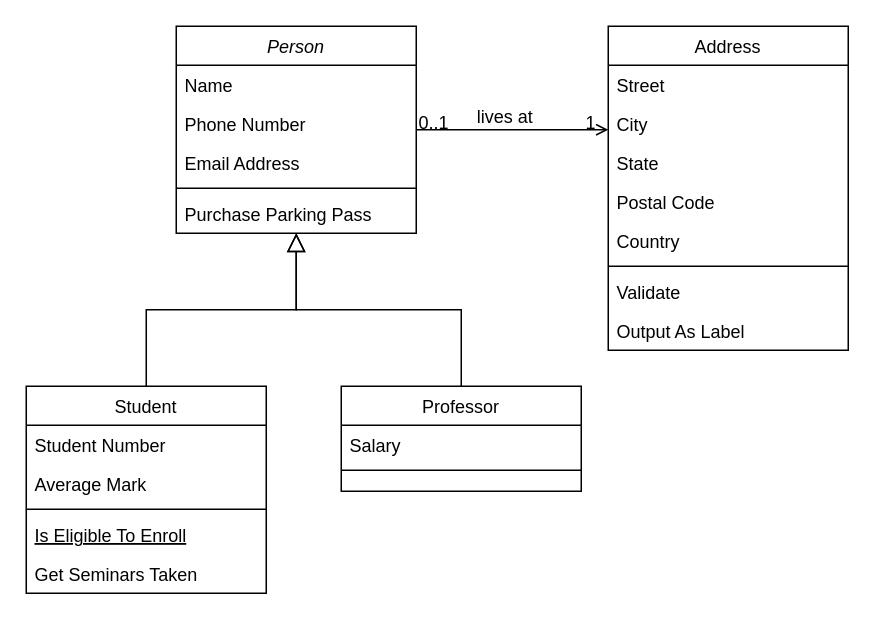
duchoangvan/OpenEDUC keeps this draw.io diagram as Biểu đồ không có tiêu đề.drawio. Above is the earlier version. Source tidied: cells renumbered, new cells numbered last; positions are measured from the earlier drawing's top-left corner, leaving out a move shared by most shapes. Both pictures are drawn from the tidied source at 150%, with x=0, y=0 at pixel (26, 26).
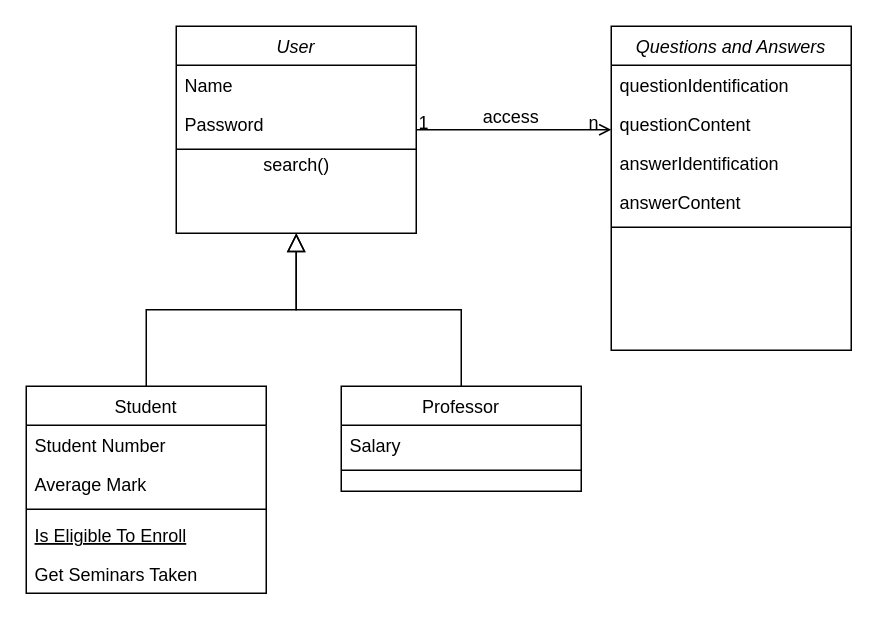
After the change.

The change refers to these unchanged cells:
```xml
<mxCell id="28" style="endArrow=open;shadow=0;strokeWidth=1;rounded=0;curved=0;endFill=1;edgeStyle=elbowEdgeStyle;elbow=vertical;" parent="1" edge="1" source="2" target="19">
  <mxGeometry x="0.5" y="41" relative="1" as="geometry">
    <mxPoint x="-40" y="32" as="offset" />
  </mxGeometry>
</mxCell>
```

Change to the diagram source:
```diff
@@
-    <mxCell id="2" value="Person" style="swimlane;fontStyle=2;align=center;verticalAlign=top;horizontal=1;startSize=26;rounded=0;shadow=0;strokeWidth=1;" parent="1" vertex="1">
+    <mxCell id="2" value="User" style="swimlane;fontStyle=2;align=center;verticalAlign=top;horizontal=1;startSize=26;rounded=0;shadow=0;strokeWidth=1;" parent="1" vertex="1">
       <mxGeometry x="100" width="160" height="138" as="geometry" />
     </mxCell>
@@
-    <mxCell id="4" value="Phone Number" style="text;align=left;verticalAlign=top;spacingLeft=4;spacingRight=4;overflow=hidden;rounded=0;shadow=0;html=0;" parent="2" vertex="1">
+    <mxCell id="4" value="Password" style="text;align=left;verticalAlign=top;spacingLeft=4;spacingRight=4;overflow=hidden;rounded=0;shadow=0;html=0;" parent="2" vertex="1">
       <mxGeometry y="52" width="160" height="26" as="geometry" />
     </mxCell>
-    <mxCell id="5" value="Email Address" style="text;align=left;verticalAlign=top;spacingLeft=4;spacingRight=4;overflow=hidden;rounded=0;shadow=0;html=0;" parent="2" vertex="1">
-      <mxGeometry y="78" width="160" height="26" as="geometry" />
-    </mxCell>
     <mxCell id="6" style="line;html=1;strokeWidth=1;align=left;verticalAlign=middle;spacingTop=-1;spacingLeft=3;spacingRight=3;labelPosition=right;" parent="2" vertex="1">
-      <mxGeometry y="104" width="160" height="8" as="geometry" />
+      <mxGeometry y="78" width="160" height="8" as="geometry" />
     </mxCell>
-    <mxCell id="7" value="Purchase Parking Pass" style="text;align=left;verticalAlign=top;spacingLeft=4;spacingRight=4;overflow=hidden;" parent="2" vertex="1">
-      <mxGeometry y="112" width="160" height="26" as="geometry" />
-    </mxCell>
@@
-    <mxCell id="19" value="Address" style="swimlane;fontStyle=0;align=center;verticalAlign=top;horizontal=1;startSize=26;rounded=0;shadow=0;strokeWidth=1;" parent="1" vertex="1">
-      <mxGeometry x="388" width="160" height="216" as="geometry" />
+    <mxCell id="19" value="Questions and Answers" style="swimlane;fontStyle=2;align=center;verticalAlign=top;horizontal=1;startSize=26;rounded=0;shadow=0;strokeWidth=1;" parent="1" vertex="1">
+      <mxGeometry x="390" width="160" height="216" as="geometry" />
     </mxCell>
-    <mxCell id="20" value="Street" style="text;align=left;verticalAlign=top;spacingLeft=4;spacingRight=4;overflow=hidden;" parent="19" vertex="1">
+    <mxCell id="20" value="questionIdentification" style="text;align=left;verticalAlign=top;spacingLeft=4;spacingRight=4;overflow=hidden;" parent="19" vertex="1">
       <mxGeometry y="26" width="160" height="26" as="geometry" />
     </mxCell>
-    <mxCell id="21" value="City" style="text;align=left;verticalAlign=top;spacingLeft=4;spacingRight=4;overflow=hidden;rounded=0;shadow=0;html=0;" parent="19" vertex="1">
+    <mxCell id="21" value="questionContent" style="text;align=left;verticalAlign=top;spacingLeft=4;spacingRight=4;overflow=hidden;rounded=0;shadow=0;html=0;" parent="19" vertex="1">
       <mxGeometry y="52" width="160" height="26" as="geometry" />
     </mxCell>
-    <mxCell id="22" value="State" style="text;align=left;verticalAlign=top;spacingLeft=4;spacingRight=4;overflow=hidden;rounded=0;shadow=0;html=0;" parent="19" vertex="1">
+    <mxCell id="22" value="answerIdentification" style="text;align=left;verticalAlign=top;spacingLeft=4;spacingRight=4;overflow=hidden;rounded=0;shadow=0;html=0;" parent="19" vertex="1">
       <mxGeometry y="78" width="160" height="26" as="geometry" />
     </mxCell>
-    <mxCell id="23" value="Postal Code" style="text;align=left;verticalAlign=top;spacingLeft=4;spacingRight=4;overflow=hidden;rounded=0;shadow=0;html=0;" parent="19" vertex="1">
+    <mxCell id="23" value="answerContent" style="text;align=left;verticalAlign=top;spacingLeft=4;spacingRight=4;overflow=hidden;rounded=0;shadow=0;html=0;" parent="19" vertex="1">
       <mxGeometry y="104" width="160" height="26" as="geometry" />
     </mxCell>
-    <mxCell id="24" value="Country" style="text;align=left;verticalAlign=top;spacingLeft=4;spacingRight=4;overflow=hidden;rounded=0;shadow=0;html=0;" parent="19" vertex="1">
-      <mxGeometry y="130" width="160" height="26" as="geometry" />
-    </mxCell>
     <mxCell id="25" style="line;html=1;strokeWidth=1;align=left;verticalAlign=middle;spacingTop=-1;spacingLeft=3;spacingRight=3;labelPosition=right;" parent="19" vertex="1">
-      <mxGeometry y="156" width="160" height="8" as="geometry" />
+      <mxGeometry y="130" width="160" height="8" as="geometry" />
     </mxCell>
-    <mxCell id="26" value="Validate" style="text;align=left;verticalAlign=top;spacingLeft=4;spacingRight=4;overflow=hidden;" parent="19" vertex="1">
-      <mxGeometry y="164" width="160" height="26" as="geometry" />
-    </mxCell>
-    <mxCell id="27" value="Output As Label" style="text;align=left;verticalAlign=top;spacingLeft=4;spacingRight=4;overflow=hidden;" parent="19" vertex="1">
-      <mxGeometry y="190" width="160" height="26" as="geometry" />
-    </mxCell>
@@
-    <mxCell id="29" value="0..1" style="align=left;verticalAlign=bottom;labelBackgroundColor=none;fontSize=12;" parent="28" vertex="1">
+    <mxCell id="29" value="1" style="align=left;verticalAlign=bottom;labelBackgroundColor=none;fontSize=12;" parent="28" vertex="1">
       <mxGeometry x="-1" relative="1" as="geometry">
         <mxPoint y="4" as="offset" />
       </mxGeometry>
     </mxCell>
-    <mxCell id="30" value="1" style="align=right;verticalAlign=bottom;labelBackgroundColor=none;fontSize=12;" parent="28" vertex="1">
+    <mxCell id="30" value="n" style="align=right;verticalAlign=bottom;labelBackgroundColor=none;fontSize=12;" parent="28" vertex="1">
       <mxGeometry x="1" relative="1" as="geometry">
         <mxPoint x="-7" y="4" as="offset" />
       </mxGeometry>
     </mxCell>
-    <mxCell id="31" value="lives at" style="text;html=1;align=center;verticalAlign=middle;labelBackgroundColor=none;rounded=0;shadow=0;strokeWidth=1;fontSize=12;" parent="28" vertex="1">
+    <mxCell id="31" value="access" style="text;html=1;align=center;verticalAlign=middle;labelBackgroundColor=none;rounded=0;shadow=0;strokeWidth=1;fontSize=12;" parent="28" vertex="1">
       <mxGeometry x="0.5" y="49" relative="1" as="geometry">
-        <mxPoint x="-38" y="40" as="offset" />
+        <mxPoint x="-36" y="40" as="offset" />
       </mxGeometry>
     </mxCell>
+    <mxCell id="32" value="search()" style="text;html=1;align=center;verticalAlign=middle;strokeColor=none;fillColor=none;" parent="1" vertex="1">
+      <mxGeometry x="145" y="78" width="70" height="30" as="geometry" />
+    </mxCell>
```
